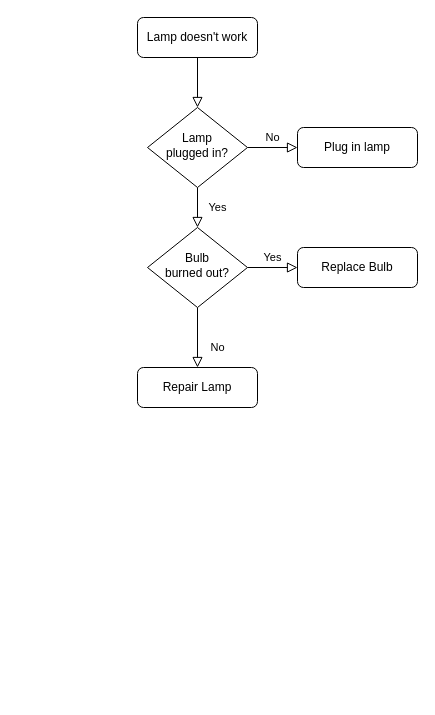
Before: spring/spring.drawio in init-object/draw, a draw.io diagram. Source tidied: cells renumbered, new cells numbered last; positions are measured from the earlier drawing's top-left corner, leaving out a move shared by most shapes. Both pictures are drawn from the tidied source at 100%, with x=0, y=0 at pixel (137, 17).
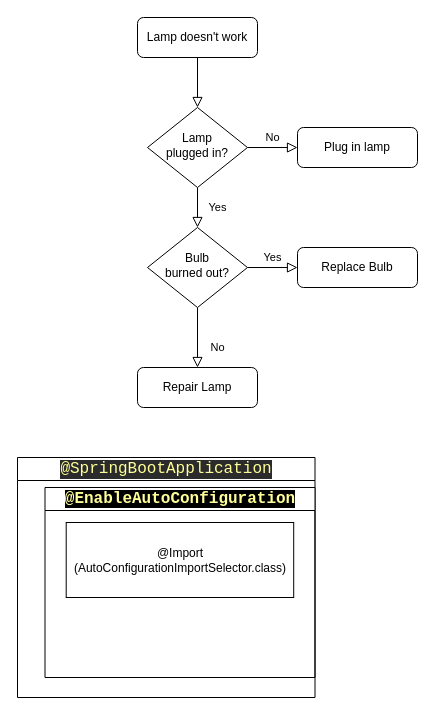
The same page after the edit.

Change to the diagram source:
```diff
@@
 <mxGraphModel>
   <root>
     <mxCell id="0" />
     <mxCell id="1" parent="0" />
     <mxCell id="2" style="rounded=0;html=1;jettySize=auto;fontSize=11;endArrow=block;endFill=0;endSize=8;strokeWidth=1;shadow=0;labelBackgroundColor=none;edgeStyle=orthogonalEdgeStyle;" parent="1" edge="1" source="3" target="6">
       <mxGeometry relative="1" as="geometry" />
     </mxCell>
     <mxCell id="3" value="Lamp doesn't work" style="rounded=1;whiteSpace=wrap;html=1;fontSize=12;glass=0;strokeWidth=1;shadow=0;" parent="1" vertex="1">
       <mxGeometry width="120" height="40" as="geometry" />
     </mxCell>
     <mxCell id="4" value="Yes" style="rounded=0;html=1;jettySize=auto;fontSize=11;endArrow=block;endFill=0;endSize=8;strokeWidth=1;shadow=0;labelBackgroundColor=none;edgeStyle=orthogonalEdgeStyle;" parent="1" edge="1" source="6" target="10">
       <mxGeometry y="20" relative="1" as="geometry" />
     </mxCell>
     <mxCell id="5" value="No" style="edgeStyle=orthogonalEdgeStyle;rounded=0;html=1;jettySize=auto;fontSize=11;endArrow=block;endFill=0;endSize=8;strokeWidth=1;shadow=0;labelBackgroundColor=none;" parent="1" edge="1" source="6" target="7">
       <mxGeometry y="10" relative="1" as="geometry" />
     </mxCell>
     <mxCell id="6" value="Lamp&lt;br&gt;plugged in?" style="rhombus;whiteSpace=wrap;html=1;shadow=0;fontFamily=Helvetica;fontSize=12;align=center;strokeWidth=1;spacing=6;spacingTop=-4;" parent="1" vertex="1">
       <mxGeometry x="10" y="90" width="100" height="80" as="geometry" />
     </mxCell>
     <mxCell id="7" value="Plug in lamp" style="rounded=1;whiteSpace=wrap;html=1;fontSize=12;glass=0;strokeWidth=1;shadow=0;" parent="1" vertex="1">
       <mxGeometry x="160" y="110" width="120" height="40" as="geometry" />
     </mxCell>
     <mxCell id="8" value="No" style="rounded=0;html=1;jettySize=auto;fontSize=11;endArrow=block;endFill=0;endSize=8;strokeWidth=1;shadow=0;labelBackgroundColor=none;edgeStyle=orthogonalEdgeStyle;" parent="1" edge="1" source="10" target="11">
       <mxGeometry x="0.33" y="20" relative="1" as="geometry" />
     </mxCell>
     <mxCell id="9" value="Yes" style="edgeStyle=orthogonalEdgeStyle;rounded=0;html=1;jettySize=auto;fontSize=11;endArrow=block;endFill=0;endSize=8;strokeWidth=1;shadow=0;labelBackgroundColor=none;" parent="1" edge="1" source="10" target="12">
       <mxGeometry y="10" relative="1" as="geometry" />
     </mxCell>
     <mxCell id="10" value="Bulb&lt;br&gt;burned out?" style="rhombus;whiteSpace=wrap;html=1;shadow=0;fontFamily=Helvetica;fontSize=12;align=center;strokeWidth=1;spacing=6;spacingTop=-4;" parent="1" vertex="1">
       <mxGeometry x="10" y="210" width="100" height="80" as="geometry" />
     </mxCell>
     <mxCell id="11" value="Repair Lamp" style="rounded=1;whiteSpace=wrap;html=1;fontSize=12;glass=0;strokeWidth=1;shadow=0;" parent="1" vertex="1">
       <mxGeometry y="350" width="120" height="40" as="geometry" />
     </mxCell>
     <mxCell id="12" value="Replace Bulb" style="rounded=1;whiteSpace=wrap;html=1;fontSize=12;glass=0;strokeWidth=1;shadow=0;" parent="1" vertex="1">
       <mxGeometry x="160" y="230" width="120" height="40" as="geometry" />
     </mxCell>
+    <mxCell id="13" value="&lt;pre style=&quot;border-color: var(--border-color); font-weight: 400; text-align: left; background-color: rgb(43, 43, 43); font-family: &amp;quot;M+ 1mn&amp;quot;, monospace; font-size: 12pt;&quot;&gt;&lt;font style=&quot;border-color: var(--border-color);&quot; color=&quot;#ffff99&quot;&gt;@SpringBootApplication&lt;/font&gt;&lt;/pre&gt;" style="swimlane;whiteSpace=wrap;html=1;" parent="1" vertex="1">
+      <mxGeometry x="-120" y="440" width="297.5" height="240" as="geometry" />
+    </mxCell>
+    <mxCell id="14" value="&lt;pre style=&quot;font-family: &amp;quot;M+ 1mn&amp;quot;, monospace; font-size: 12pt;&quot;&gt;&lt;span style=&quot;background-color: rgb(0, 0, 0);&quot;&gt;&lt;font color=&quot;#ffff99&quot;&gt;@EnableAutoConfiguration&lt;/font&gt;&lt;/span&gt;&lt;/pre&gt;" style="swimlane;whiteSpace=wrap;html=1;" parent="13" vertex="1">
+      <mxGeometry x="27.5" y="30" width="270" height="190" as="geometry" />
+    </mxCell>
+    <mxCell id="15" value="@Import&lt;br&gt;(AutoConfigurationImportSelector.class)" style="whiteSpace=wrap;html=1;" parent="14" vertex="1">
+      <mxGeometry x="21.2" y="35" width="227.5" height="75" as="geometry" />
+    </mxCell>
   </root>
 </mxGraphModel>
```
